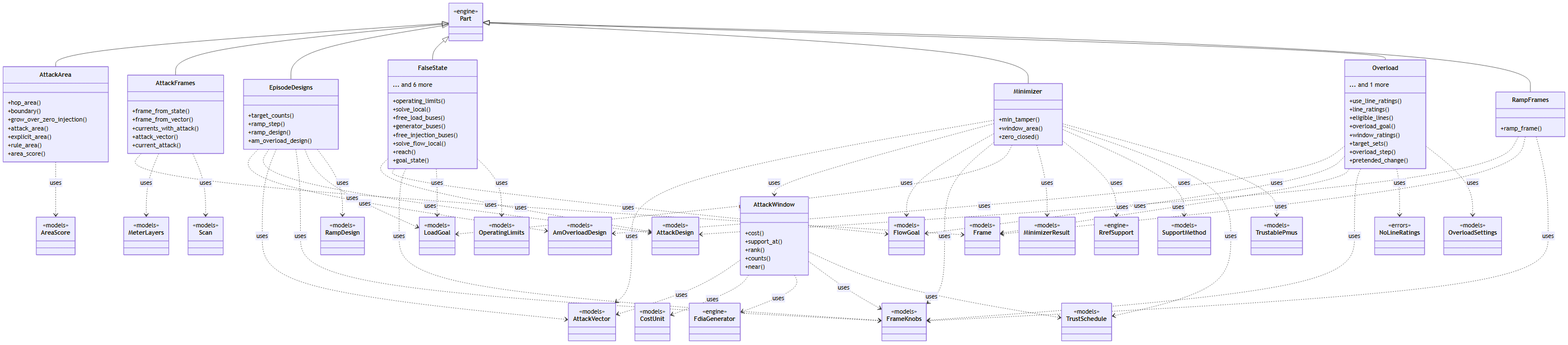
Earlier version of the Mermaid export docs/figures/diagrams/classes_attacks.png (myersben9/fdia-graph). Its source is kept beside it as docs/figures/diagrams/classes_attacks.mmd.
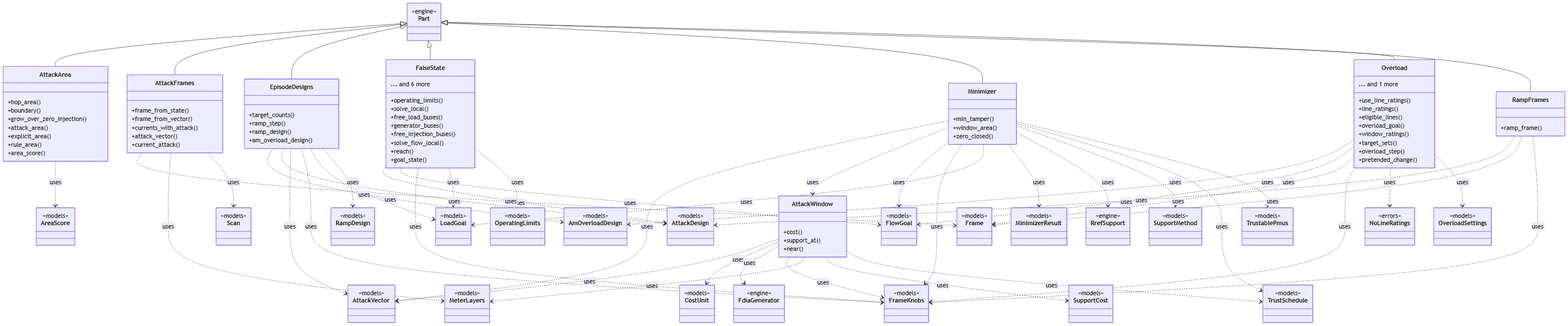
Later version of the same file.

What changed in the source:
```diff
@@ -34,8 +34,6 @@
     class AttackWindow {
         +cost()
         +support_at()
-        +rank()
-        +counts()
         +near()
     }
     class Overload {
@@ -115,6 +113,9 @@
     class Scan {
         <<models>>
     }
+    class SupportCost {
+        <<models>>
+    }
     class SupportMethod {
         <<models>>
     }
@@ -139,6 +140,8 @@
     AttackWindow ..> CostUnit : uses
     AttackWindow ..> FdiaGenerator : uses
     AttackWindow ..> FrameKnobs : uses
+    AttackWindow ..> MeterLayers : uses
+    AttackWindow ..> SupportCost : uses
     AttackWindow ..> TrustSchedule : uses
     EpisodeDesigns ..> AmOverloadDesign : uses
     EpisodeDesigns ..> AttackDesign : uses
```
